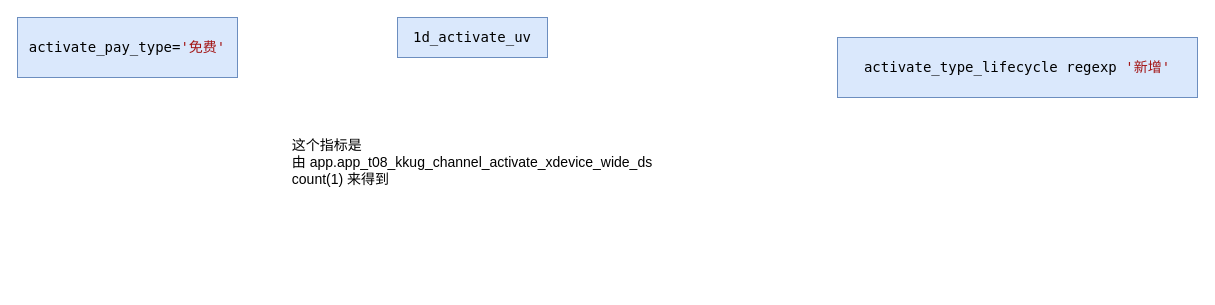
This is 免费新用户口径.drawio from Jiang-data/shiyanlou, a draw.io file, before an edit. Source tidied: cells renumbered, new cells numbered last; positions are measured from the earlier drawing's top-left corner, leaving out a move shared by most shapes. Both pictures are drawn from the tidied source at 100%, with x=0, y=0 at pixel (17, 17).
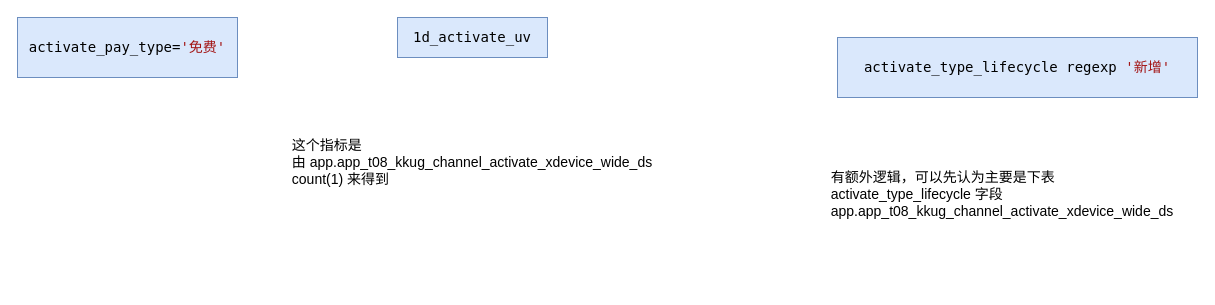
Above is the later version.

Commit message (it also covers changes not shown here):
更新免费新用户口径.drawio

Diff of the diagram source:
```diff
@@
 <mxGraphModel>
   <root>
     <mxCell id="0" />
     <mxCell id="1" parent="0" />
     <mxCell id="2" value="&lt;div style=&quot;color: rgb(0, 0, 0); font-family: &amp;quot;JetBrains Mono&amp;quot;, &amp;quot;HarmonyOS Sans SC&amp;quot;, Menlo, Monaco, &amp;quot;Courier New&amp;quot;, monospace; font-weight: normal; font-size: 14px; line-height: 21px;&quot;&gt;&lt;div&gt;&lt;span style=&quot;color: #000000;&quot;&gt;1d_activate_uv  &lt;/span&gt;&lt;/div&gt;&lt;/div&gt;" style="text;whiteSpace=wrap;html=1;fillColor=#DAE8FC;strokeColor=#6c8ebf;labelBackgroundColor=#DAE8FC;labelPosition=center;verticalLabelPosition=middle;align=center;verticalAlign=middle;" parent="1" vertex="1">
       <mxGeometry x="380" width="150" height="40" as="geometry" />
     </mxCell>
     <mxCell id="3" value="&lt;div style=&quot;text-align: left; font-size: 14px;&quot;&gt;&lt;span style=&quot;background-color: initial; font-size: 14px;&quot;&gt;这个指标是由&amp;nbsp;app.app_t08_kkug_channel_activate_xdevice_wide_ds&lt;/span&gt;&lt;/div&gt;&lt;div style=&quot;text-align: left; font-size: 14px;&quot;&gt;&lt;span style=&quot;background-color: initial; font-size: 14px;&quot;&gt;count(1) 来得到&lt;/span&gt;&lt;/div&gt;" style="text;html=1;strokeColor=none;fillColor=none;align=center;verticalAlign=middle;rounded=0;whiteSpace=wrap;fontSize=14;" parent="1" vertex="1">
       <mxGeometry x="390" y="60" width="130" height="170" as="geometry" />
     </mxCell>
     <mxCell id="4" value="&lt;div style=&quot;color: rgb(0, 0, 0); font-family: &amp;quot;JetBrains Mono&amp;quot;, &amp;quot;HarmonyOS Sans SC&amp;quot;, Menlo, Monaco, &amp;quot;Courier New&amp;quot;, monospace; font-weight: normal; font-size: 14px; line-height: 21px;&quot;&gt;&lt;div&gt;&lt;span style=&quot;color: #000000;&quot;&gt;activate_pay_type=&lt;/span&gt;&lt;span style=&quot;color: #a31515;&quot;&gt;'免费'&lt;/span&gt;&lt;/div&gt;&lt;/div&gt;" style="text;whiteSpace=wrap;html=1;fontSize=14;align=center;verticalAlign=middle;labelBackgroundColor=#DAE8FC;fillColor=#dae8fc;strokeColor=#6c8ebf;" parent="1" vertex="1">
       <mxGeometry width="220" height="60" as="geometry" />
     </mxCell>
     <mxCell id="5" value="&lt;div style=&quot;color: rgb(0, 0, 0); font-family: &amp;quot;JetBrains Mono&amp;quot;, &amp;quot;HarmonyOS Sans SC&amp;quot;, Menlo, Monaco, &amp;quot;Courier New&amp;quot;, monospace; font-weight: normal; font-size: 14px; line-height: 21px;&quot;&gt;&lt;div&gt;&lt;span style=&quot;color: #000000;&quot;&gt;activate_type_lifecycle regexp &lt;/span&gt;&lt;span style=&quot;color: #a31515;&quot;&gt;'新增'&lt;/span&gt;&lt;/div&gt;&lt;/div&gt;" style="text;whiteSpace=wrap;html=1;fontSize=14;fillColor=#dae8fc;strokeColor=#6c8ebf;verticalAlign=middle;align=center;labelBackgroundColor=#DAE8FC;" parent="1" vertex="1">
       <mxGeometry x="820" y="20" width="360" height="60" as="geometry" />
     </mxCell>
+    <mxCell id="6" value="&lt;div style=&quot;text-align: left; font-size: 14px;&quot;&gt;有额外逻辑，可以先认为主要是下表 activate_type_lifecycle 字段&amp;nbsp;&lt;/div&gt;&lt;div style=&quot;text-align: left; font-size: 14px;&quot;&gt;&lt;span style=&quot;background-color: initial; font-size: 14px;&quot;&gt;app.app_t08_kkug_channel_activate_xdevice_wide_ds&lt;/span&gt;&lt;/div&gt;&lt;div style=&quot;text-align: left; font-size: 14px;&quot;&gt;&lt;br&gt;&lt;/div&gt;" style="text;html=1;strokeColor=none;fillColor=none;align=center;verticalAlign=middle;rounded=0;whiteSpace=wrap;fontSize=14;" parent="1" vertex="1">
+      <mxGeometry x="880" y="100" width="210" height="170" as="geometry" />
+    </mxCell>
   </root>
 </mxGraphModel>
```
